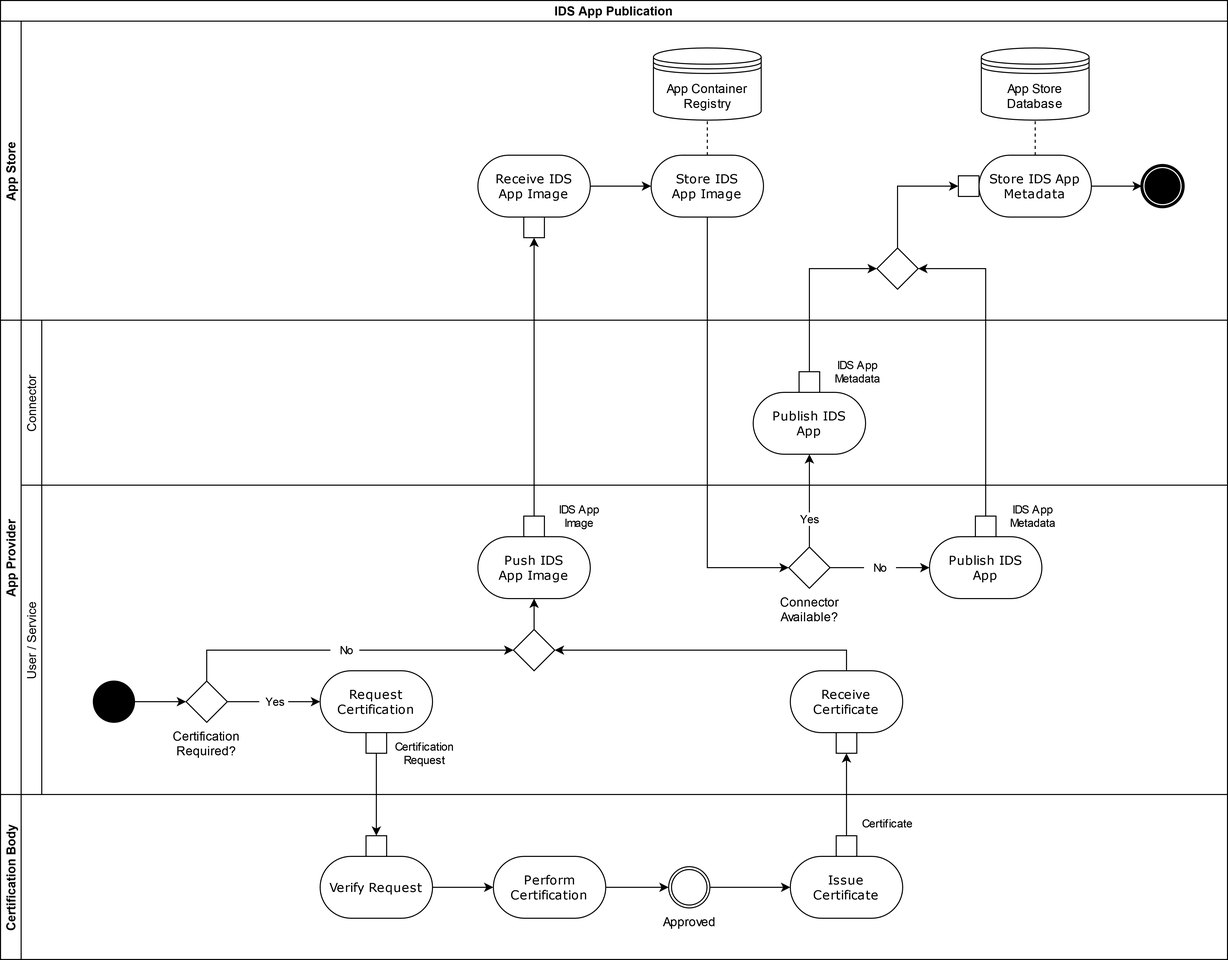
International-Data-Spaces-Association/IDS-RAM_4_0 keeps this draw.io diagram as documentation/3_Layers_of_the_Reference_Architecture_Model/3_3_Process_Layer/media/ids-app-publication-process.png. Above is the earlier version. Source tidied: cells renumbered, new cells last; positions are measured from the earlier drawing's top-left corner, leaving out a move shared by most shapes.
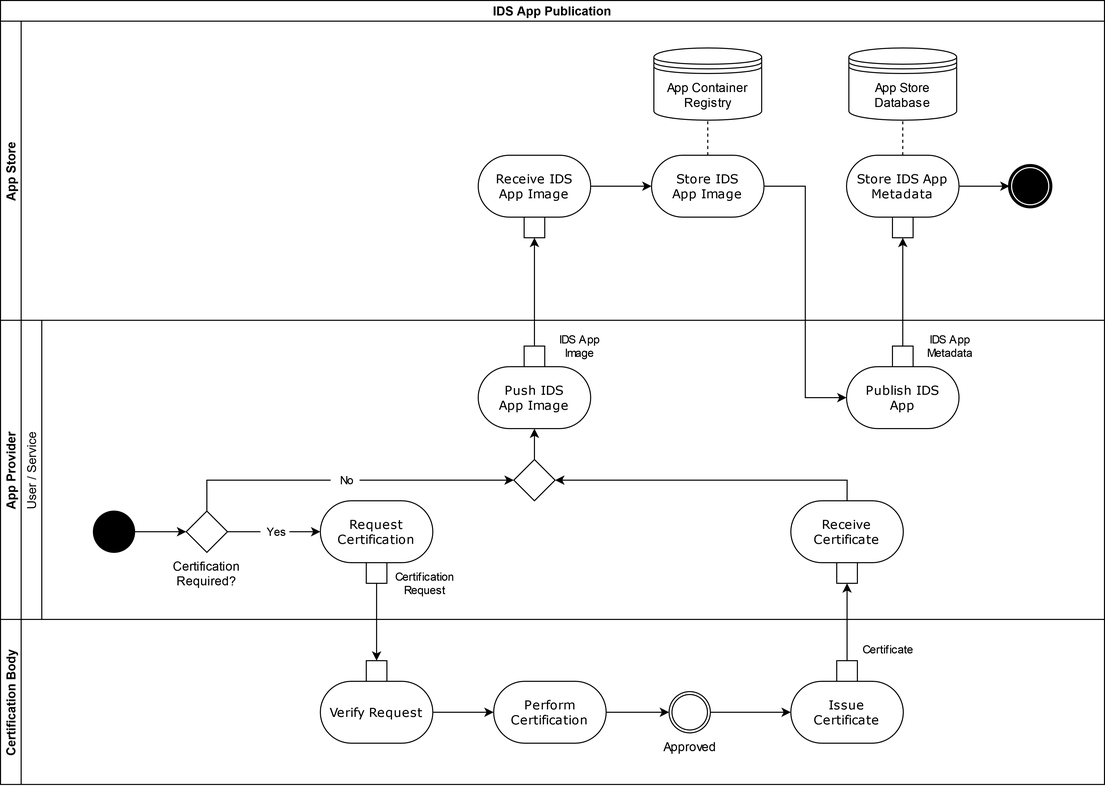
Later version of the same file.

Commit message:
removed connector from app publication process

The edit, as a diff of the source:
```diff
@@ -3,13 +3,13 @@
     <mxCell id="0" />
     <mxCell id="1" parent="0" />
     <mxCell id="2" value="IDS App Publication" style="swimlane;horizontal=1;startSize=20;fontStyle=1;" parent="1" vertex="1">
-      <mxGeometry width="1190" height="930" as="geometry" />
+      <mxGeometry width="1070" height="760" as="geometry" />
     </mxCell>
     <mxCell id="3" value="App Store" style="swimlane;startSize=20;horizontal=0;" parent="2" vertex="1">
-      <mxGeometry y="20" width="1190" height="290" as="geometry" />
+      <mxGeometry y="20" width="1070" height="290" as="geometry" />
     </mxCell>
     <mxCell id="4" style="shape=mxgraph.bpmn.shape;html=1;verticalLabelPosition=bottom;labelBackgroundColor=#ffffff;verticalAlign=top;perimeter=ellipsePerimeter;outline=end;symbol=terminate;rounded=0;shadow=0;comic=0;strokeWidth=1;fontFamily=Verdana;fontSize=12;align=center;" parent="3" vertex="1">
-      <mxGeometry x="1107" y="140" width="40" height="40" as="geometry" />
+      <mxGeometry x="978" y="140" width="40" height="40" as="geometry" />
     </mxCell>
     <mxCell id="5" value="&lt;div&gt;Receive IDS&lt;/div&gt;&lt;div&gt;App Image&lt;br&gt;&lt;/div&gt;" style="rounded=1;whiteSpace=wrap;html=1;shadow=0;comic=0;labelBackgroundColor=none;strokeWidth=1;fontFamily=Verdana;fontSize=12;align=center;arcSize=50;" parent="3" vertex="1">
       <mxGeometry x="463" y="130" width="109" height="60" as="geometry" />
@@ -30,10 +30,10 @@
       <mxGeometry relative="1" as="geometry" />
     </mxCell>
     <mxCell id="11" value="&lt;div&gt;Store IDS App Metadata&lt;/div&gt;" style="rounded=1;whiteSpace=wrap;html=1;shadow=0;comic=0;labelBackgroundColor=none;strokeWidth=1;fontFamily=Verdana;fontSize=12;align=center;arcSize=50;" parent="3" vertex="1">
-      <mxGeometry x="949" y="130" width="109" height="60" as="geometry" />
+      <mxGeometry x="820" y="130" width="109" height="60" as="geometry" />
     </mxCell>
     <mxCell id="12" value="App Store Database" style="shape=datastore;whiteSpace=wrap;html=1;" parent="3" vertex="1">
-      <mxGeometry x="951.2" y="26" width="104.5" height="70" as="geometry" />
+      <mxGeometry x="822.2" y="26" width="104.5" height="70" as="geometry" />
     </mxCell>
     <mxCell id="13" value="App Container Registry" style="shape=datastore;whiteSpace=wrap;html=1;" parent="3" vertex="1">
       <mxGeometry x="633.2" y="26" width="104.5" height="70" as="geometry" />
@@ -45,104 +45,72 @@
       <mxGeometry relative="1" as="geometry" />
     </mxCell>
     <mxCell id="16" style="rounded=0;whiteSpace=wrap;html=1;strokeColor=default;" parent="3" vertex="1">
-      <mxGeometry x="929" y="150" width="20" height="20" as="geometry" />
+      <mxGeometry x="864.5" y="190" width="20" height="20" as="geometry" />
     </mxCell>
-    <mxCell id="17" style="edgeStyle=orthogonalEdgeStyle;rounded=0;jettySize=auto;html=1;entryX=0;entryY=0.5;entryDx=0;entryDy=0;exitX=0.5;exitY=0;exitDx=0;exitDy=0;" parent="3" edge="1" source="18" target="16">
-      <mxGeometry relative="1" as="geometry" />
-    </mxCell>
-    <mxCell id="18" style="rhombus;whiteSpace=wrap;html=1;" parent="3" vertex="1">
-      <mxGeometry x="850" y="220" width="40" height="40" as="geometry" />
-    </mxCell>
     <mxCell id="19" value="App Provider" style="swimlane;startSize=20;horizontal=0;" parent="2" vertex="1">
-      <mxGeometry y="310" width="1190" height="460" as="geometry" />
+      <mxGeometry y="310" width="1070" height="290" as="geometry" />
     </mxCell>
-    <mxCell id="20" value="Connector" style="swimlane;startSize=20;horizontal=0;fontStyle=0;" parent="19" vertex="1">
-      <mxGeometry x="20" width="1170" height="160" as="geometry" />
+    <mxCell id="20" value="User / Service" style="swimlane;startSize=20;horizontal=0;fontStyle=0;" parent="19" vertex="1">
+      <mxGeometry x="20" width="1050" height="290" as="geometry" />
     </mxCell>
-    <mxCell id="21" value="User / Service" style="swimlane;startSize=20;horizontal=0;fontStyle=0;" parent="20" vertex="1">
-      <mxGeometry y="160" width="1170" height="300" as="geometry" />
-    </mxCell>
-    <mxCell id="22" style="ellipse;whiteSpace=wrap;html=1;rounded=0;shadow=0;comic=0;labelBackgroundColor=none;strokeWidth=1;fillColor=#000000;fontFamily=Verdana;fontSize=12;align=center;" parent="21" vertex="1">
-      <mxGeometry x="70" y="190" width="40" height="40" as="geometry" />
-    </mxCell>
+    <mxCell id="61" style="ellipse;whiteSpace=wrap;html=1;rounded=0;shadow=0;comic=0;labelBackgroundColor=none;strokeWidth=1;fillColor=#000000;fontFamily=Verdana;fontSize=12;align=center;" parent="20" vertex="1">
+      <mxGeometry x="70" y="185" width="40" height="40" as="geometry" />
+    </mxCell>
-    <mxCell id="23" value="Request Certification" style="rounded=1;whiteSpace=wrap;html=1;shadow=0;comic=0;labelBackgroundColor=none;strokeWidth=1;fontFamily=Verdana;fontSize=12;align=center;arcSize=50;" parent="21" vertex="1">
-      <mxGeometry x="290" y="180" width="109" height="60" as="geometry" />
+    <mxCell id="23" value="Request Certification" style="rounded=1;whiteSpace=wrap;html=1;shadow=0;comic=0;labelBackgroundColor=none;strokeWidth=1;fontFamily=Verdana;fontSize=12;align=center;arcSize=50;" parent="20" vertex="1">
+      <mxGeometry x="290" y="175" width="109" height="60" as="geometry" />
     </mxCell>
-    <mxCell id="24" style="rounded=0;whiteSpace=wrap;html=1;strokeColor=default;" parent="21" vertex="1">
-      <mxGeometry x="334.5" y="240" width="20" height="20" as="geometry" />
-    </mxCell>
+    <mxCell id="62" style="rounded=0;whiteSpace=wrap;html=1;strokeColor=default;" parent="20" vertex="1">
+      <mxGeometry x="334.5" y="235" width="20" height="20" as="geometry" />
+    </mxCell>
-    <mxCell id="25" value="Certification Required?" style="text;whiteSpace=wrap;html=1;align=center;" parent="21" vertex="1">
-      <mxGeometry x="140" y="230" width="80" height="40" as="geometry" />
+    <mxCell id="25" value="Certification Required?" style="text;whiteSpace=wrap;html=1;align=center;" parent="20" vertex="1">
+      <mxGeometry x="140" y="225" width="80" height="40" as="geometry" />
     </mxCell>
-    <mxCell id="26" style="rhombus;whiteSpace=wrap;html=1;" parent="21" vertex="1">
-      <mxGeometry x="160" y="190" width="40" height="40" as="geometry" />
-    </mxCell>
-    <mxCell id="27" style="edgeStyle=orthogonalEdgeStyle;rounded=0;jettySize=auto;html=1;entryX=0;entryY=0.5;entryDx=0;entryDy=0;" parent="21" edge="1" source="22" target="26">
-      <mxGeometry relative="1" as="geometry" />
-    </mxCell>
+    <mxCell id="63" style="rhombus;whiteSpace=wrap;html=1;" parent="20" vertex="1">
+      <mxGeometry x="160" y="185" width="40" height="40" as="geometry" />
+    </mxCell>
+    <mxCell id="64" style="edgeStyle=orthogonalEdgeStyle;rounded=0;jettySize=auto;html=1;entryX=0;entryY=0.5;entryDx=0;entryDy=0;" parent="20" edge="1" source="61" target="63">
+      <mxGeometry relative="1" as="geometry" />
+    </mxCell>
-    <mxCell id="28" value="&amp;nbsp; Yes&amp;nbsp; " style="edgeStyle=orthogonalEdgeStyle;rounded=0;jettySize=auto;html=1;entryX=0;entryY=0.5;entryDx=0;entryDy=0;exitX=1;exitY=0.5;exitDx=0;exitDy=0;" parent="21" edge="1" source="26" target="23">
+    <mxCell id="28" value="&amp;nbsp; Yes&amp;nbsp; " style="edgeStyle=orthogonalEdgeStyle;rounded=0;jettySize=auto;html=1;entryX=0;entryY=0.5;entryDx=0;entryDy=0;exitX=1;exitY=0.5;exitDx=0;exitDy=0;" parent="20" edge="1" source="63" target="23">
       <mxGeometry relative="1" as="geometry" />
     </mxCell>
-    <mxCell id="29" value="Receive Certificate" style="rounded=1;whiteSpace=wrap;html=1;shadow=0;comic=0;labelBackgroundColor=none;strokeWidth=1;fontFamily=Verdana;fontSize=12;align=center;arcSize=50;" parent="21" vertex="1">
-      <mxGeometry x="746" y="180" width="109" height="60" as="geometry" />
+    <mxCell id="29" value="Receive Certificate" style="rounded=1;whiteSpace=wrap;html=1;shadow=0;comic=0;labelBackgroundColor=none;strokeWidth=1;fontFamily=Verdana;fontSize=12;align=center;arcSize=50;" parent="20" vertex="1">
+      <mxGeometry x="746" y="175" width="109" height="60" as="geometry" />
     </mxCell>
-    <mxCell id="30" style="rounded=0;whiteSpace=wrap;html=1;strokeColor=default;" parent="21" vertex="1">
-      <mxGeometry x="790.5" y="240" width="20" height="20" as="geometry" />
-    </mxCell>
-    <mxCell id="31" style="rhombus;whiteSpace=wrap;html=1;" parent="21" vertex="1">
-      <mxGeometry x="477.5" y="140" width="40" height="40" as="geometry" />
-    </mxCell>
+    <mxCell id="65" style="rounded=0;whiteSpace=wrap;html=1;strokeColor=default;" parent="20" vertex="1">
+      <mxGeometry x="790.5" y="235" width="20" height="20" as="geometry" />
+    </mxCell>
+    <mxCell id="66" style="rhombus;whiteSpace=wrap;html=1;" parent="20" vertex="1">
+      <mxGeometry x="477.5" y="135" width="40" height="40" as="geometry" />
+    </mxCell>
-    <mxCell id="32" value="&amp;nbsp;&amp;nbsp; No&amp;nbsp;&amp;nbsp; " style="edgeStyle=orthogonalEdgeStyle;rounded=0;jettySize=auto;html=1;entryX=0;entryY=0.5;entryDx=0;entryDy=0;exitX=0.5;exitY=0;exitDx=0;exitDy=0;" parent="21" edge="1" source="26" target="31">
+    <mxCell id="32" value="&amp;nbsp;&amp;nbsp; No&amp;nbsp;&amp;nbsp; " style="edgeStyle=orthogonalEdgeStyle;rounded=0;jettySize=auto;html=1;entryX=0;entryY=0.5;entryDx=0;entryDy=0;exitX=0.5;exitY=0;exitDx=0;exitDy=0;" parent="20" edge="1" source="63" target="66">
       <mxGeometry relative="1" as="geometry" />
     </mxCell>
-    <mxCell id="33" style="edgeStyle=orthogonalEdgeStyle;rounded=0;jettySize=auto;html=1;entryX=1;entryY=0.5;entryDx=0;entryDy=0;exitX=0.5;exitY=0;exitDx=0;exitDy=0;" parent="21" edge="1" source="29" target="31">
-      <mxGeometry relative="1" as="geometry" />
-    </mxCell>
+    <mxCell id="67" style="edgeStyle=orthogonalEdgeStyle;rounded=0;jettySize=auto;html=1;entryX=1;entryY=0.5;entryDx=0;entryDy=0;exitX=0.5;exitY=0;exitDx=0;exitDy=0;" parent="20" edge="1" source="29" target="66">
+      <mxGeometry relative="1" as="geometry" />
+    </mxCell>
-    <mxCell id="34" value="&lt;div&gt;Push IDS&lt;/div&gt;&lt;div&gt;App Image&lt;/div&gt;" style="rounded=1;whiteSpace=wrap;html=1;shadow=0;comic=0;labelBackgroundColor=none;strokeWidth=1;fontFamily=Verdana;fontSize=12;align=center;arcSize=50;" parent="21" vertex="1">
-      <mxGeometry x="443" y="50" width="109" height="60" as="geometry" />
+    <mxCell id="34" value="&lt;div&gt;Push IDS&lt;/div&gt;&lt;div&gt;App Image&lt;/div&gt;" style="rounded=1;whiteSpace=wrap;html=1;shadow=0;comic=0;labelBackgroundColor=none;strokeWidth=1;fontFamily=Verdana;fontSize=12;align=center;arcSize=50;" parent="20" vertex="1">
+      <mxGeometry x="443" y="45" width="109" height="60" as="geometry" />
     </mxCell>
-    <mxCell id="35" style="rounded=0;jettySize=auto;html=1;entryX=0.5;entryY=1;entryDx=0;entryDy=0;" parent="21" edge="1" source="31" target="34">
-      <mxGeometry relative="1" as="geometry" />
-    </mxCell>
-    <mxCell id="36" style="rounded=0;whiteSpace=wrap;html=1;strokeColor=default;" parent="21" vertex="1">
-      <mxGeometry x="487.5" y="30" width="20" height="20" as="geometry" />
-    </mxCell>
+    <mxCell id="68" style="rounded=0;jettySize=auto;html=1;entryX=0.5;entryY=1;entryDx=0;entryDy=0;" parent="20" edge="1" source="66" target="34">
+      <mxGeometry relative="1" as="geometry" />
+    </mxCell>
+    <mxCell id="69" style="rounded=0;whiteSpace=wrap;html=1;strokeColor=default;" parent="20" vertex="1">
+      <mxGeometry x="487.5" y="25" width="20" height="20" as="geometry" />
+    </mxCell>
-    <mxCell id="37" value="&lt;div&gt;Publish IDS&lt;/div&gt;&lt;div&gt;App&lt;/div&gt;" style="rounded=1;whiteSpace=wrap;html=1;shadow=0;comic=0;labelBackgroundColor=none;strokeWidth=1;fontFamily=Verdana;fontSize=12;align=center;arcSize=50;" parent="21" vertex="1">
-      <mxGeometry x="881" y="50" width="109" height="60" as="geometry" />
+    <mxCell id="37" value="&lt;div&gt;Publish IDS&lt;/div&gt;&lt;div&gt;App&lt;/div&gt;" style="rounded=1;whiteSpace=wrap;html=1;shadow=0;comic=0;labelBackgroundColor=none;strokeWidth=1;fontFamily=Verdana;fontSize=12;align=center;arcSize=50;" parent="20" vertex="1">
+      <mxGeometry x="800" y="45" width="109" height="60" as="geometry" />
     </mxCell>
-    <mxCell id="38" style="rounded=0;whiteSpace=wrap;html=1;strokeColor=default;" parent="21" vertex="1">
-      <mxGeometry x="925.5" y="30" width="20" height="20" as="geometry" />
-    </mxCell>
-    <mxCell id="39" value="&amp;nbsp; &amp;nbsp;No&amp;nbsp; &amp;nbsp;" style="edgeStyle=none;rounded=0;jettySize=auto;html=1;entryX=0;entryY=0.5;entryDx=0;entryDy=0;" parent="21" edge="1" source="40" target="37">
-      <mxGeometry relative="1" as="geometry" />
-    </mxCell>
-    <mxCell id="40" style="rhombus;whiteSpace=wrap;html=1;" parent="21" vertex="1">
-      <mxGeometry x="744.5" y="60" width="40" height="40" as="geometry" />
-    </mxCell>
-    <mxCell id="41" value="Connector Available?" style="text;whiteSpace=wrap;html=1;align=center;" parent="21" vertex="1">
-      <mxGeometry x="724.5" y="100" width="80" height="40" as="geometry" />
-    </mxCell>
-    <mxCell id="42" value="&lt;div&gt;Publish IDS&lt;/div&gt;&lt;div&gt;App&lt;br&gt;&lt;/div&gt;" style="rounded=1;whiteSpace=wrap;html=1;shadow=0;comic=0;labelBackgroundColor=none;strokeWidth=1;fontFamily=Verdana;fontSize=12;align=center;arcSize=50;" parent="20" vertex="1">
-      <mxGeometry x="710" y="70" width="109" height="60" as="geometry" />
-    </mxCell>
-    <mxCell id="43" style="rounded=0;whiteSpace=wrap;html=1;strokeColor=default;" parent="20" vertex="1">
-      <mxGeometry x="754.5" y="50" width="20" height="20" as="geometry" />
-    </mxCell>
-    <mxCell id="44" value="Yes" style="rounded=0;jettySize=auto;html=1;entryX=0.5;entryY=1;entryDx=0;entryDy=0;" parent="20" edge="1" source="40" target="42">
-      <mxGeometry x="-0.4" relative="1" as="geometry" />
-    </mxCell>
-    <mxCell id="45" value="&lt;div&gt;IDS App&lt;/div&gt;&lt;div&gt;Metadata&lt;br&gt;&lt;/div&gt;" style="edgeStyle=orthogonalEdgeStyle;rounded=0;jettySize=auto;html=1;entryX=0;entryY=0.5;entryDx=0;entryDy=0;exitX=0.5;exitY=0;exitDx=0;exitDy=0;" parent="2" edge="1" source="43" target="18">
-      <mxGeometry x="-1" y="-45" relative="1" as="geometry">
-        <mxPoint x="1" as="offset" />
-      </mxGeometry>
-    </mxCell>
+    <mxCell id="70" style="rounded=0;whiteSpace=wrap;html=1;strokeColor=default;" parent="20" vertex="1">
+      <mxGeometry x="844.5" y="25" width="20" height="20" as="geometry" />
+    </mxCell>
-    <mxCell id="46" value="IDS App&lt;br&gt;Metadata" style="edgeStyle=orthogonalEdgeStyle;rounded=0;jettySize=auto;html=1;entryX=1;entryY=0.5;entryDx=0;entryDy=0;exitX=0.5;exitY=0;exitDx=0;exitDy=0;" parent="2" edge="1" source="38" target="18">
+    <mxCell id="46" value="IDS App&lt;br&gt;Metadata" style="edgeStyle=orthogonalEdgeStyle;rounded=0;jettySize=auto;html=1;entryX=0.5;entryY=1;entryDx=0;entryDy=0;exitX=0.5;exitY=0;exitDx=0;exitDy=0;" parent="2" edge="1" source="70" target="16">
       <mxGeometry x="-1" y="-44" relative="1" as="geometry">
         <mxPoint x="1" as="offset" />
       </mxGeometry>
     </mxCell>
     <mxCell id="47" value="Certification Body" style="swimlane;startSize=20;horizontal=0;" parent="2" vertex="1">
-      <mxGeometry y="770" width="1190" height="160" as="geometry" />
+      <mxGeometry y="600" width="1070" height="160" as="geometry" />
     </mxCell>
     <mxCell id="48" value="Verify Request" style="rounded=1;whiteSpace=wrap;html=1;shadow=0;comic=0;labelBackgroundColor=none;strokeWidth=1;fontFamily=Verdana;fontSize=12;align=center;arcSize=50;" parent="47" vertex="1">
       <mxGeometry x="310" y="60" width="109" height="60" as="geometry" />
@@ -171,18 +139,18 @@
     <mxCell id="56" style="rounded=0;whiteSpace=wrap;html=1;strokeColor=default;" parent="47" vertex="1">
       <mxGeometry x="810.5" y="40" width="20" height="20" as="geometry" />
     </mxCell>
-    <mxCell id="57" value="&lt;div&gt;Certification&lt;/div&gt;&lt;div&gt;Request&lt;/div&gt;" style="edgeStyle=none;rounded=0;jettySize=auto;html=1;entryX=0.5;entryY=0;entryDx=0;entryDy=0;" parent="2" edge="1" source="24" target="55">
+    <mxCell id="57" value="&lt;div&gt;Certification&lt;/div&gt;&lt;div&gt;Request&lt;/div&gt;" style="edgeStyle=none;rounded=0;jettySize=auto;html=1;entryX=0.5;entryY=0;entryDx=0;entryDy=0;exitX=0.5;exitY=1;exitDx=0;exitDy=0;" parent="2" edge="1" source="62" target="55">
       <mxGeometry x="-1" y="46" relative="1" as="geometry" />
     </mxCell>
-    <mxCell id="58" value="Certificate" style="edgeStyle=none;rounded=0;jettySize=auto;html=1;" parent="2" edge="1" source="56" target="30">
+    <mxCell id="58" value="Certificate" style="edgeStyle=none;rounded=0;jettySize=auto;html=1;entryX=0.5;entryY=1;entryDx=0;entryDy=0;" parent="2" edge="1" source="56" target="65">
       <mxGeometry x="-0.7" y="-39" relative="1" as="geometry" />
     </mxCell>
-    <mxCell id="59" value="&lt;div&gt;IDS App&lt;/div&gt;&lt;div&gt;Image&lt;/div&gt;" style="edgeStyle=none;rounded=0;jettySize=auto;html=1;entryX=0.5;entryY=1;entryDx=0;entryDy=0;" parent="2" edge="1" source="36" target="7">
+    <mxCell id="59" value="&lt;div&gt;IDS App&lt;/div&gt;&lt;div&gt;Image&lt;/div&gt;" style="edgeStyle=none;rounded=0;jettySize=auto;html=1;entryX=0.5;entryY=1;entryDx=0;entryDy=0;exitX=0.5;exitY=0;exitDx=0;exitDy=0;" parent="2" edge="1" source="69" target="7">
       <mxGeometry x="-1" y="-42" relative="1" as="geometry">
         <mxPoint x="1" as="offset" />
       </mxGeometry>
     </mxCell>
-    <mxCell id="60" style="rounded=0;jettySize=auto;html=1;entryX=0;entryY=0.5;entryDx=0;entryDy=0;edgeStyle=orthogonalEdgeStyle;exitX=0.5;exitY=1;exitDx=0;exitDy=0;" parent="2" edge="1" source="8" target="40">
+    <mxCell id="60" style="rounded=0;jettySize=auto;html=1;edgeStyle=orthogonalEdgeStyle;exitX=1;exitY=0.5;exitDx=0;exitDy=0;entryX=0;entryY=0.5;entryDx=0;entryDy=0;" parent="2" edge="1" source="8" target="37">
       <mxGeometry relative="1" as="geometry" />
     </mxCell>
   </root>
```
